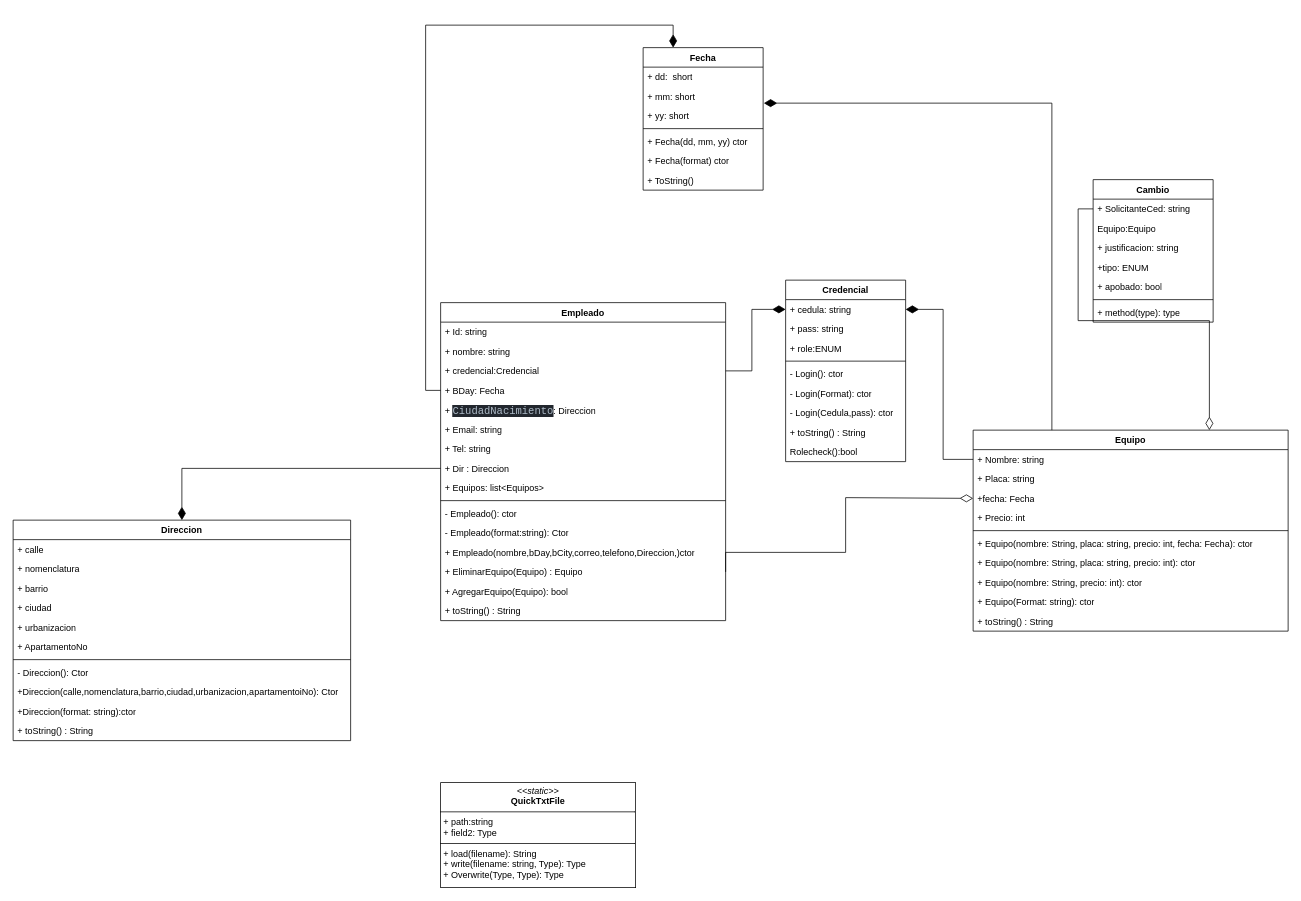
Earlier version of the draw.io diagram Porject 1/Investigacion_Diagrams.drawio (SanDaws/CS-datastructure-UNAL). Source tidied: cells renumbered, new cells numbered last; positions are measured from the earlier drawing's top-left corner, leaving out a move shared by most shapes. Both pictures are drawn from the tidied source at 75%, with x=0, y=0 at pixel (13, 47).
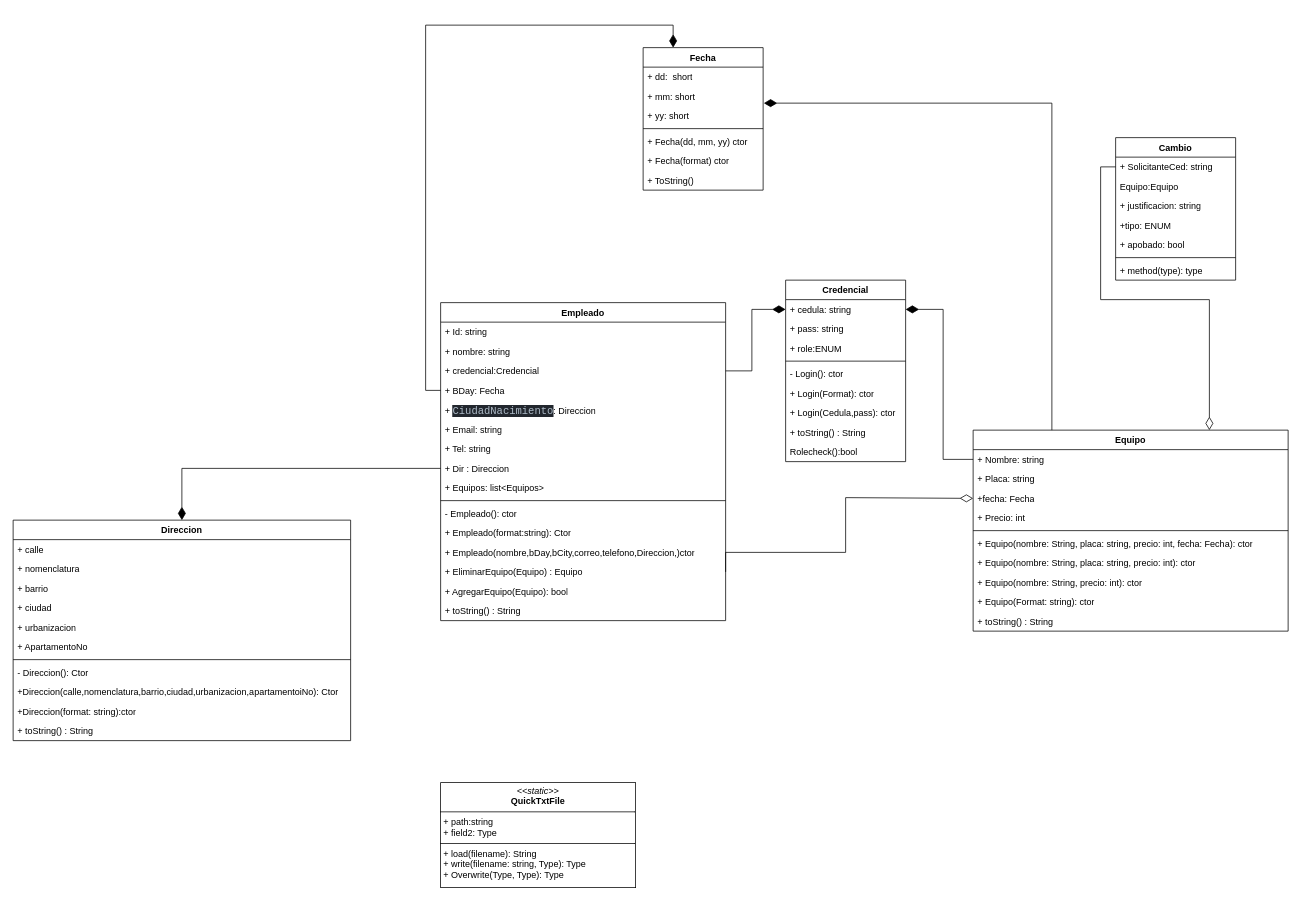
After the change.

Unchanged cells that the change refers to:
```xml
<mxCell id="2" value="Empleado" style="swimlane;fontStyle=1;align=center;verticalAlign=top;horizontal=1;startSize=26;whiteSpace=wrap;html=1;" parent="1" vertex="1">
  <mxGeometry x="570" y="340" width="380" height="424" as="geometry" />
</mxCell>
<mxCell id="41" value="Credencial" style="swimlane;fontStyle=1;align=center;verticalAlign=top;horizontal=1;startSize=26;whiteSpace=wrap;html=1;" parent="1" vertex="1">
  <mxGeometry x="1030" y="310" width="160" height="242" as="geometry" />
</mxCell>
```

What changed in the source:
```diff
@@
-    <mxCell id="14" value="- Empleado(format:string): Ctor" style="text;strokeColor=none;fillColor=none;align=left;verticalAlign=top;spacingLeft=4;spacingRight=4;overflow=hidden;whiteSpace=wrap;html=1;" parent="2" vertex="1">
+    <mxCell id="14" value="+ Empleado(format:string): Ctor" style="text;strokeColor=none;fillColor=none;align=left;verticalAlign=top;spacingLeft=4;spacingRight=4;overflow=hidden;whiteSpace=wrap;html=1;" parent="2" vertex="1">
       <mxGeometry y="294" width="380" height="26" as="geometry" />
     </mxCell>
@@
-    <mxCell id="47" value="- Login(Format): ctor" style="text;strokeColor=none;fillColor=none;align=left;verticalAlign=top;spacingLeft=4;spacingRight=4;overflow=hidden;whiteSpace=wrap;html=1;" parent="41" vertex="1">
+    <mxCell id="47" value="+ Login(Format): ctor" style="text;strokeColor=none;fillColor=none;align=left;verticalAlign=top;spacingLeft=4;spacingRight=4;overflow=hidden;whiteSpace=wrap;html=1;" parent="41" vertex="1">
       <mxGeometry y="138" width="160" height="26" as="geometry" />
     </mxCell>
-    <mxCell id="48" value="- Login(Cedula,pass): ctor" style="text;strokeColor=none;fillColor=none;align=left;verticalAlign=top;spacingLeft=4;spacingRight=4;overflow=hidden;whiteSpace=wrap;html=1;" parent="41" vertex="1">
+    <mxCell id="48" value="+ Login(Cedula,pass): ctor" style="text;strokeColor=none;fillColor=none;align=left;verticalAlign=top;spacingLeft=4;spacingRight=4;overflow=hidden;whiteSpace=wrap;html=1;" parent="41" vertex="1">
       <mxGeometry y="164" width="160" height="26" as="geometry" />
     </mxCell>
@@
     <mxCell id="62" value="Cambio" style="swimlane;fontStyle=1;align=center;verticalAlign=top;horizontal=1;startSize=26;whiteSpace=wrap;html=1;" parent="1" vertex="1">
-      <mxGeometry x="1440" y="176" width="160" height="190" as="geometry" />
+      <mxGeometry x="1470" y="120" width="160" height="190" as="geometry" />
     </mxCell>
```
